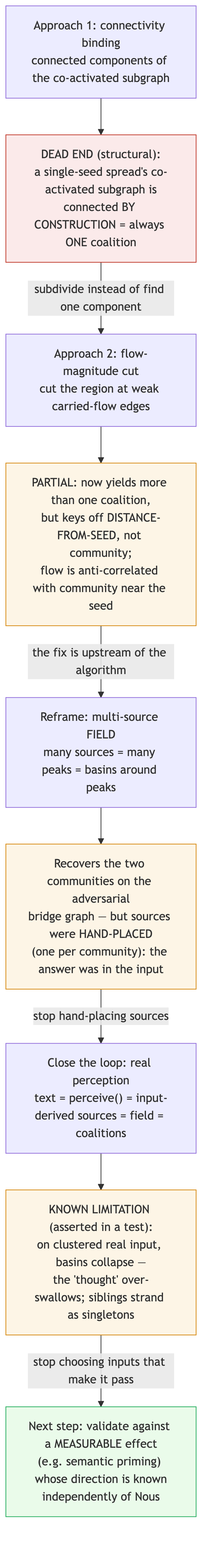
Before: docs/diagrams/rendered/cognitive_evolution.png, a diagram exported from Mermaid (cagancaliskan/psyche). Its source is kept beside it as docs/diagrams/cognitive_evolution.mmd.
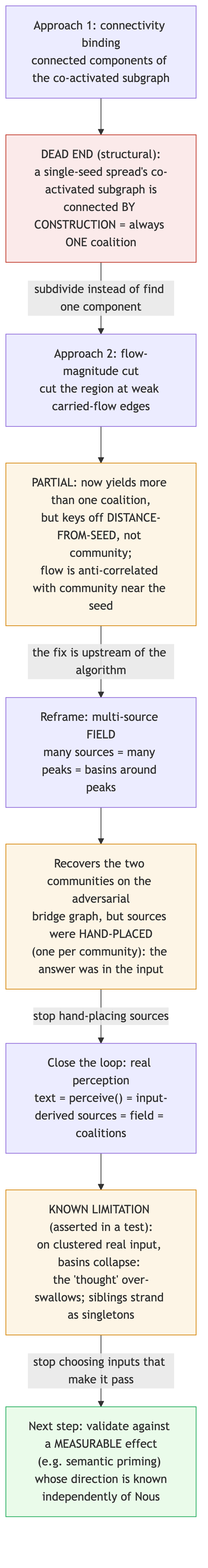
The same file after the commit.

What changed in the source:
```diff
@@ -4,9 +4,9 @@
     B["Approach 2: flow-magnitude cut<br/>cut the region at weak carried-flow edges"]
     B_part["PARTIAL: now yields more than one coalition,<br/>but keys off DISTANCE-FROM-SEED, not community;<br/>flow is anti-correlated with community near the seed"]
     C["Reframe: multi-source FIELD<br/>many sources = many peaks = basins around peaks"]
-    C_ok["Recovers the two communities on the adversarial<br/>bridge graph — but sources were HAND-PLACED<br/>(one per community): the answer was in the input"]
+    C_ok["Recovers the two communities on the adversarial<br/>bridge graph, but sources were HAND-PLACED<br/>(one per community): the answer was in the input"]
     D["Close the loop: real perception<br/>text = perceive() = input-derived sources = field = coalitions"]
-    D_known["KNOWN LIMITATION (asserted in a test):<br/>on clustered real input, basins collapse —<br/>the 'thought' over-swallows; siblings strand as singletons"]
+    D_known["KNOWN LIMITATION (asserted in a test):<br/>on clustered real input, basins collapse: <br/>the 'thought' over-swallows; siblings strand as singletons"]
     next["Next step: validate against a MEASURABLE effect<br/>(e.g. semantic priming) whose direction is known<br/>independently of Nous"]
 
     A --> A_fail -->|"subdivide instead of find one component"| B
```
